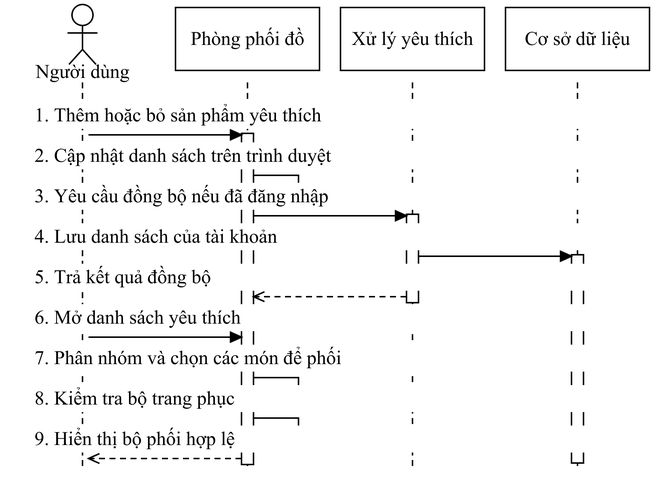
Earlier version of the draw.io export docs/do-an-LSOUL/So-do-LSOUL-rut-gon/anh-png/SEQ-06.png (Loccao102/BanHang). Source tidied: cells renumbered, new cells last; positions are measured from the earlier drawing's top-left corner, leaving out a move shared by most shapes.
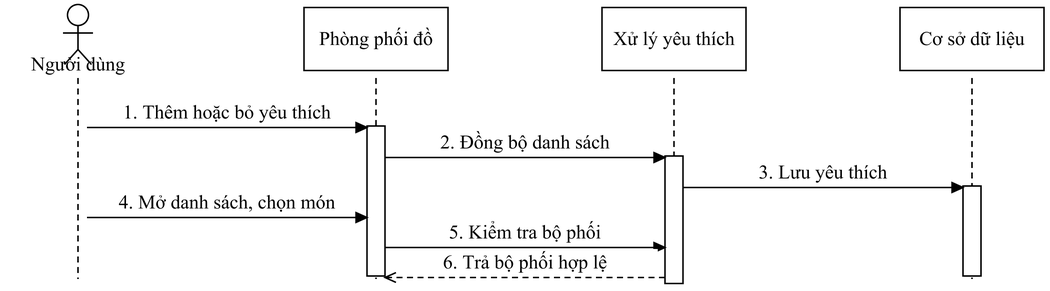
After the commit.

What changed in the source:
```diff
@@ -4,168 +4,129 @@
     <mxCell id="1" parent="0" />
     <mxCell id="2" style="fontFamily=Times New Roman;fontSize=13;fontColor=#000000;strokeColor=#000000;strokeWidth=1;fillColor=#FFFFFF;shadow=0;rounded=0;html=0;whiteSpace=wrap;spacing=5;endArrow=none;endFill=1;startArrow=none;dashed=1;dashPattern=4 3;" parent="1" edge="1">
       <mxGeometry relative="1" as="geometry">
-        <mxPoint x="48" y="52" as="sourcePoint" />
-        <mxPoint x="48" y="308" as="targetPoint" />
+        <mxPoint x="45" y="49" as="sourcePoint" />
+        <mxPoint x="45" y="183" as="targetPoint" />
       </mxGeometry>
     </mxCell>
     <mxCell id="3" style="fontFamily=Times New Roman;fontSize=13;fontColor=#000000;strokeColor=#000000;strokeWidth=1;fillColor=#FFFFFF;shadow=0;rounded=0;html=0;whiteSpace=wrap;spacing=5;endArrow=none;endFill=1;startArrow=none;dashed=1;dashPattern=4 3;" parent="1" edge="1">
       <mxGeometry relative="1" as="geometry">
-        <mxPoint x="158" y="52" as="sourcePoint" />
-        <mxPoint x="158" y="308" as="targetPoint" />
+        <mxPoint x="243.7" y="49" as="sourcePoint" />
+        <mxPoint x="243.7" y="183" as="targetPoint" />
       </mxGeometry>
     </mxCell>
     <mxCell id="4" style="fontFamily=Times New Roman;fontSize=13;fontColor=#000000;strokeColor=#000000;strokeWidth=1;fillColor=#FFFFFF;shadow=0;rounded=0;html=0;whiteSpace=wrap;spacing=5;endArrow=none;endFill=1;startArrow=none;dashed=1;dashPattern=4 3;" parent="1" edge="1">
       <mxGeometry relative="1" as="geometry">
-        <mxPoint x="268" y="52" as="sourcePoint" />
-        <mxPoint x="268" y="308" as="targetPoint" />
+        <mxPoint x="442.3" y="49" as="sourcePoint" />
+        <mxPoint x="442.3" y="183" as="targetPoint" />
       </mxGeometry>
     </mxCell>
     <mxCell id="5" style="fontFamily=Times New Roman;fontSize=13;fontColor=#000000;strokeColor=#000000;strokeWidth=1;fillColor=#FFFFFF;shadow=0;rounded=0;html=0;whiteSpace=wrap;spacing=5;endArrow=none;endFill=1;startArrow=none;dashed=1;dashPattern=4 3;" parent="1" edge="1">
       <mxGeometry relative="1" as="geometry">
-        <mxPoint x="378" y="52" as="sourcePoint" />
-        <mxPoint x="378" y="308" as="targetPoint" />
+        <mxPoint x="641" y="49" as="sourcePoint" />
+        <mxPoint x="641" y="183" as="targetPoint" />
       </mxGeometry>
     </mxCell>
     <mxCell id="6" style="fontFamily=Times New Roman;fontSize=13;fontColor=#000000;strokeColor=#000000;strokeWidth=1;fillColor=#FFFFFF;shadow=0;rounded=0;html=0;whiteSpace=wrap;spacing=5;align=center;verticalAlign=middle;" parent="1" vertex="1">
-      <mxGeometry x="264" y="140" width="8" height="59" as="geometry" />
+      <mxGeometry x="436.3" y="101" width="12" height="85" as="geometry" />
     </mxCell>
     <mxCell id="7" style="fontFamily=Times New Roman;fontSize=13;fontColor=#000000;strokeColor=#000000;strokeWidth=1;fillColor=#FFFFFF;shadow=0;rounded=0;html=0;whiteSpace=wrap;spacing=5;align=center;verticalAlign=middle;" parent="1" vertex="1">
-      <mxGeometry x="154" y="86" width="8" height="221" as="geometry" />
+      <mxGeometry x="237.7" y="81" width="12" height="100" as="geometry" />
     </mxCell>
     <mxCell id="8" style="fontFamily=Times New Roman;fontSize=13;fontColor=#000000;strokeColor=#000000;strokeWidth=1;fillColor=#FFFFFF;shadow=0;rounded=0;html=0;whiteSpace=wrap;spacing=5;align=center;verticalAlign=middle;" parent="1" vertex="1">
-      <mxGeometry x="374" y="167" width="8" height="139" as="geometry" />
+      <mxGeometry x="635" y="121" width="12" height="60" as="geometry" />
     </mxCell>
-    <mxCell id="9" value="1. Thêm hoặc bỏ sản phẩm yêu thích" style="fontFamily=Times New Roman;fontSize=13;fontColor=#000000;strokeColor=#000000;strokeWidth=1;fillColor=#FFFFFF;shadow=0;rounded=0;html=0;whiteSpace=wrap;spacing=5;text;strokeColor=none;fillColor=none;align=left;verticalAlign=middle;fillColor=#FFFFFF;" parent="1" vertex="1">
-      <mxGeometry x="11" y="65" width="404" height="18" as="geometry" />
+    <mxCell id="9" value="1. Thêm hoặc bỏ yêu thích" style="fontFamily=Times New Roman;fontSize=13;fontColor=#000000;strokeColor=#000000;strokeWidth=1;fillColor=#FFFFFF;shadow=0;rounded=0;html=0;whiteSpace=wrap;spacing=5;text;strokeColor=none;fillColor=none;align=center;verticalAlign=middle;fillColor=#FFFFFF;" parent="1" vertex="1">
+      <mxGeometry x="56" y="63" width="176.7" height="18" as="geometry" />
     </mxCell>
     <mxCell id="10" style="fontFamily=Times New Roman;fontSize=13;fontColor=#000000;strokeColor=#000000;strokeWidth=1;fillColor=#FFFFFF;shadow=0;rounded=0;html=0;whiteSpace=wrap;spacing=5;endArrow=block;endFill=1;startArrow=none;" parent="1" edge="1">
       <mxGeometry relative="1" as="geometry">
-        <mxPoint x="52" y="87" as="sourcePoint" />
-        <mxPoint x="154" y="87" as="targetPoint" />
+        <mxPoint x="51" y="82" as="sourcePoint" />
+        <mxPoint x="237.7" y="82" as="targetPoint" />
       </mxGeometry>
     </mxCell>
-    <mxCell id="11" value="2. Cập nhật danh sách trên trình duyệt" style="fontFamily=Times New Roman;fontSize=13;fontColor=#000000;strokeColor=#000000;strokeWidth=1;fillColor=#FFFFFF;shadow=0;rounded=0;html=0;whiteSpace=wrap;spacing=5;text;strokeColor=none;fillColor=none;align=left;verticalAlign=middle;fillColor=#FFFFFF;" parent="1" vertex="1">
-      <mxGeometry x="11" y="92" width="404" height="18" as="geometry" />
+    <mxCell id="11" value="2. Đồng bộ danh sách" style="fontFamily=Times New Roman;fontSize=13;fontColor=#000000;strokeColor=#000000;strokeWidth=1;fillColor=#FFFFFF;shadow=0;rounded=0;html=0;whiteSpace=wrap;spacing=5;text;strokeColor=none;fillColor=none;align=center;verticalAlign=middle;fillColor=#FFFFFF;" parent="1" vertex="1">
+      <mxGeometry x="254.7" y="83" width="176.7" height="18" as="geometry" />
     </mxCell>
     <mxCell id="12" style="fontFamily=Times New Roman;fontSize=13;fontColor=#000000;strokeColor=#000000;strokeWidth=1;fillColor=#FFFFFF;shadow=0;rounded=0;html=0;whiteSpace=wrap;spacing=5;endArrow=block;endFill=1;startArrow=none;" parent="1" edge="1">
       <mxGeometry relative="1" as="geometry">
-        <mxPoint x="162" y="114" as="sourcePoint" />
-        <mxPoint x="163" y="126" as="targetPoint" />
-        <Array as="points">
-          <mxPoint x="192" y="114" />
-          <mxPoint x="192" y="126" />
-        </Array>
+        <mxPoint x="249.7" y="102" as="sourcePoint" />
+        <mxPoint x="436.3" y="102" as="targetPoint" />
       </mxGeometry>
     </mxCell>
-    <mxCell id="13" value="3. Yêu cầu đồng bộ nếu đã đăng nhập" style="fontFamily=Times New Roman;fontSize=13;fontColor=#000000;strokeColor=#000000;strokeWidth=1;fillColor=#FFFFFF;shadow=0;rounded=0;html=0;whiteSpace=wrap;spacing=5;text;strokeColor=none;fillColor=none;align=left;verticalAlign=middle;fillColor=#FFFFFF;" parent="1" vertex="1">
-      <mxGeometry x="11" y="119" width="404" height="18" as="geometry" />
+    <mxCell id="13" value="3. Lưu yêu thích" style="fontFamily=Times New Roman;fontSize=13;fontColor=#000000;strokeColor=#000000;strokeWidth=1;fillColor=#FFFFFF;shadow=0;rounded=0;html=0;whiteSpace=wrap;spacing=5;text;strokeColor=none;fillColor=none;align=center;verticalAlign=middle;fillColor=#FFFFFF;" parent="1" vertex="1">
+      <mxGeometry x="453.3" y="103" width="176.7" height="18" as="geometry" />
     </mxCell>
     <mxCell id="14" style="fontFamily=Times New Roman;fontSize=13;fontColor=#000000;strokeColor=#000000;strokeWidth=1;fillColor=#FFFFFF;shadow=0;rounded=0;html=0;whiteSpace=wrap;spacing=5;endArrow=block;endFill=1;startArrow=none;" parent="1" edge="1">
       <mxGeometry relative="1" as="geometry">
-        <mxPoint x="162" y="141" as="sourcePoint" />
-        <mxPoint x="264" y="141" as="targetPoint" />
+        <mxPoint x="448.3" y="122" as="sourcePoint" />
+        <mxPoint x="635" y="122" as="targetPoint" />
       </mxGeometry>
     </mxCell>
-    <mxCell id="15" value="4. Lưu danh sách của tài khoản" style="fontFamily=Times New Roman;fontSize=13;fontColor=#000000;strokeColor=#000000;strokeWidth=1;fillColor=#FFFFFF;shadow=0;rounded=0;html=0;whiteSpace=wrap;spacing=5;text;strokeColor=none;fillColor=none;align=left;verticalAlign=middle;fillColor=#FFFFFF;" parent="1" vertex="1">
-      <mxGeometry x="11" y="146" width="404" height="18" as="geometry" />
+    <mxCell id="15" value="4. Mở danh sách, chọn món" style="fontFamily=Times New Roman;fontSize=13;fontColor=#000000;strokeColor=#000000;strokeWidth=1;fillColor=#FFFFFF;shadow=0;rounded=0;html=0;whiteSpace=wrap;spacing=5;text;strokeColor=none;fillColor=none;align=center;verticalAlign=middle;fillColor=#FFFFFF;" parent="1" vertex="1">
+      <mxGeometry x="56" y="123" width="176.7" height="18" as="geometry" />
     </mxCell>
     <mxCell id="16" style="fontFamily=Times New Roman;fontSize=13;fontColor=#000000;strokeColor=#000000;strokeWidth=1;fillColor=#FFFFFF;shadow=0;rounded=0;html=0;whiteSpace=wrap;spacing=5;endArrow=block;endFill=1;startArrow=none;" parent="1" edge="1">
       <mxGeometry relative="1" as="geometry">
-        <mxPoint x="272" y="168" as="sourcePoint" />
-        <mxPoint x="374" y="168" as="targetPoint" />
+        <mxPoint x="51" y="142" as="sourcePoint" />
+        <mxPoint x="237.7" y="142" as="targetPoint" />
       </mxGeometry>
     </mxCell>
-    <mxCell id="17" value="5. Trả kết quả đồng bộ" style="fontFamily=Times New Roman;fontSize=13;fontColor=#000000;strokeColor=#000000;strokeWidth=1;fillColor=#FFFFFF;shadow=0;rounded=0;html=0;whiteSpace=wrap;spacing=5;text;strokeColor=none;fillColor=none;align=left;verticalAlign=middle;fillColor=#FFFFFF;" parent="1" vertex="1">
-      <mxGeometry x="11" y="173" width="404" height="18" as="geometry" />
+    <mxCell id="17" value="5. Kiểm tra bộ phối" style="fontFamily=Times New Roman;fontSize=13;fontColor=#000000;strokeColor=#000000;strokeWidth=1;fillColor=#FFFFFF;shadow=0;rounded=0;html=0;whiteSpace=wrap;spacing=5;text;strokeColor=none;fillColor=none;align=center;verticalAlign=middle;fillColor=#FFFFFF;" parent="1" vertex="1">
+      <mxGeometry x="254.7" y="143" width="176.7" height="18" as="geometry" />
     </mxCell>
-    <mxCell id="18" style="fontFamily=Times New Roman;fontSize=13;fontColor=#000000;strokeColor=#000000;strokeWidth=1;fillColor=#FFFFFF;shadow=0;rounded=0;html=0;whiteSpace=wrap;spacing=5;endArrow=open;endFill=1;startArrow=none;dashed=1;dashPattern=4 3;" parent="1" edge="1">
+    <mxCell id="18" style="fontFamily=Times New Roman;fontSize=13;fontColor=#000000;strokeColor=#000000;strokeWidth=1;fillColor=#FFFFFF;shadow=0;rounded=0;html=0;whiteSpace=wrap;spacing=5;endArrow=block;endFill=1;startArrow=none;" parent="1" edge="1">
       <mxGeometry relative="1" as="geometry">
-        <mxPoint x="264" y="195" as="sourcePoint" />
-        <mxPoint x="162" y="195" as="targetPoint" />
+        <mxPoint x="249.7" y="162" as="sourcePoint" />
+        <mxPoint x="436.3" y="162" as="targetPoint" />
       </mxGeometry>
     </mxCell>
-    <mxCell id="19" value="6. Mở danh sách yêu thích" style="fontFamily=Times New Roman;fontSize=13;fontColor=#000000;strokeColor=#000000;strokeWidth=1;fillColor=#FFFFFF;shadow=0;rounded=0;html=0;whiteSpace=wrap;spacing=5;text;strokeColor=none;fillColor=none;align=left;verticalAlign=middle;fillColor=#FFFFFF;" parent="1" vertex="1">
-      <mxGeometry x="11" y="200" width="404" height="18" as="geometry" />
+    <mxCell id="19" value="6. Trả bộ phối hợp lệ" style="fontFamily=Times New Roman;fontSize=13;fontColor=#000000;strokeColor=#000000;strokeWidth=1;fillColor=#FFFFFF;shadow=0;rounded=0;html=0;whiteSpace=wrap;spacing=5;text;strokeColor=none;fillColor=none;align=center;verticalAlign=middle;fillColor=#FFFFFF;" parent="1" vertex="1">
+      <mxGeometry x="254.7" y="163" width="176.7" height="18" as="geometry" />
     </mxCell>
-    <mxCell id="20" style="fontFamily=Times New Roman;fontSize=13;fontColor=#000000;strokeColor=#000000;strokeWidth=1;fillColor=#FFFFFF;shadow=0;rounded=0;html=0;whiteSpace=wrap;spacing=5;endArrow=block;endFill=1;startArrow=none;" parent="1" edge="1">
+    <mxCell id="20" style="fontFamily=Times New Roman;fontSize=13;fontColor=#000000;strokeColor=#000000;strokeWidth=1;fillColor=#FFFFFF;shadow=0;rounded=0;html=0;whiteSpace=wrap;spacing=5;endArrow=open;endFill=1;startArrow=none;dashed=1;dashPattern=4 3;" parent="1" edge="1">
       <mxGeometry relative="1" as="geometry">
-        <mxPoint x="52" y="222" as="sourcePoint" />
-        <mxPoint x="154" y="222" as="targetPoint" />
+        <mxPoint x="436.3" y="182" as="sourcePoint" />
+        <mxPoint x="249.7" y="182" as="targetPoint" />
       </mxGeometry>
     </mxCell>
-    <mxCell id="21" value="7. Phân nhóm và chọn các món để phối" style="fontFamily=Times New Roman;fontSize=13;fontColor=#000000;strokeColor=#000000;strokeWidth=1;fillColor=#FFFFFF;shadow=0;rounded=0;html=0;whiteSpace=wrap;spacing=5;text;strokeColor=none;fillColor=none;align=left;verticalAlign=middle;fillColor=#FFFFFF;" parent="1" vertex="1">
-      <mxGeometry x="11" y="227" width="404" height="18" as="geometry" />
+    <mxCell id="21" style="fontFamily=Times New Roman;fontSize=13;fontColor=#000000;strokeColor=#000000;strokeWidth=1;fillColor=#FFFFFF;shadow=0;rounded=0;html=0;whiteSpace=wrap;spacing=5;ellipse;perimeter=ellipsePerimeter;align=center;verticalAlign=middle;" parent="1" vertex="1">
+      <mxGeometry x="38" width="14" height="14" as="geometry" />
     </mxCell>
-    <mxCell id="22" style="fontFamily=Times New Roman;fontSize=13;fontColor=#000000;strokeColor=#000000;strokeWidth=1;fillColor=#FFFFFF;shadow=0;rounded=0;html=0;whiteSpace=wrap;spacing=5;endArrow=block;endFill=1;startArrow=none;" parent="1" edge="1">
+    <mxCell id="22" style="fontFamily=Times New Roman;fontSize=13;fontColor=#000000;strokeColor=#000000;strokeWidth=1;fillColor=#FFFFFF;shadow=0;rounded=0;html=0;whiteSpace=wrap;spacing=5;endArrow=none;endFill=1;startArrow=none;" parent="1" edge="1">
       <mxGeometry relative="1" as="geometry">
-        <mxPoint x="162" y="249" as="sourcePoint" />
-        <mxPoint x="163" y="261" as="targetPoint" />
-        <Array as="points">
-          <mxPoint x="192" y="249" />
-          <mxPoint x="192" y="261" />
-        </Array>
+        <mxPoint x="45" y="14" as="sourcePoint" />
+        <mxPoint x="45" y="30" as="targetPoint" />
       </mxGeometry>
     </mxCell>
-    <mxCell id="23" value="8. Kiểm tra bộ trang phục" style="fontFamily=Times New Roman;fontSize=13;fontColor=#000000;strokeColor=#000000;strokeWidth=1;fillColor=#FFFFFF;shadow=0;rounded=0;html=0;whiteSpace=wrap;spacing=5;text;strokeColor=none;fillColor=none;align=left;verticalAlign=middle;fillColor=#FFFFFF;" parent="1" vertex="1">
-      <mxGeometry x="11" y="254" width="404" height="18" as="geometry" />
+    <mxCell id="23" style="fontFamily=Times New Roman;fontSize=13;fontColor=#000000;strokeColor=#000000;strokeWidth=1;fillColor=#FFFFFF;shadow=0;rounded=0;html=0;whiteSpace=wrap;spacing=5;endArrow=none;endFill=1;startArrow=none;" parent="1" edge="1">
+      <mxGeometry relative="1" as="geometry">
+        <mxPoint x="35" y="19" as="sourcePoint" />
+        <mxPoint x="55" y="19" as="targetPoint" />
+      </mxGeometry>
     </mxCell>
-    <mxCell id="24" style="fontFamily=Times New Roman;fontSize=13;fontColor=#000000;strokeColor=#000000;strokeWidth=1;fillColor=#FFFFFF;shadow=0;rounded=0;html=0;whiteSpace=wrap;spacing=5;endArrow=block;endFill=1;startArrow=none;" parent="1" edge="1">
+    <mxCell id="24" style="fontFamily=Times New Roman;fontSize=13;fontColor=#000000;strokeColor=#000000;strokeWidth=1;fillColor=#FFFFFF;shadow=0;rounded=0;html=0;whiteSpace=wrap;spacing=5;endArrow=none;endFill=1;startArrow=none;" parent="1" edge="1">
       <mxGeometry relative="1" as="geometry">
-        <mxPoint x="162" y="276" as="sourcePoint" />
-        <mxPoint x="163" y="288" as="targetPoint" />
-        <Array as="points">
-          <mxPoint x="192" y="276" />
-          <mxPoint x="192" y="288" />
-        </Array>
+        <mxPoint x="45" y="30" as="sourcePoint" />
+        <mxPoint x="36" y="40" as="targetPoint" />
       </mxGeometry>
     </mxCell>
-    <mxCell id="25" value="9. Hiển thị bộ phối hợp lệ" style="fontFamily=Times New Roman;fontSize=13;fontColor=#000000;strokeColor=#000000;strokeWidth=1;fillColor=#FFFFFF;shadow=0;rounded=0;html=0;whiteSpace=wrap;spacing=5;text;strokeColor=none;fillColor=none;align=left;verticalAlign=middle;fillColor=#FFFFFF;" parent="1" vertex="1">
-      <mxGeometry x="11" y="281" width="404" height="18" as="geometry" />
+    <mxCell id="25" style="fontFamily=Times New Roman;fontSize=13;fontColor=#000000;strokeColor=#000000;strokeWidth=1;fillColor=#FFFFFF;shadow=0;rounded=0;html=0;whiteSpace=wrap;spacing=5;endArrow=none;endFill=1;startArrow=none;" parent="1" edge="1">
+      <mxGeometry relative="1" as="geometry">
+        <mxPoint x="45" y="30" as="sourcePoint" />
+        <mxPoint x="54" y="40" as="targetPoint" />
+      </mxGeometry>
     </mxCell>
-    <mxCell id="26" style="fontFamily=Times New Roman;fontSize=13;fontColor=#000000;strokeColor=#000000;strokeWidth=1;fillColor=#FFFFFF;shadow=0;rounded=0;html=0;whiteSpace=wrap;spacing=5;endArrow=open;endFill=1;startArrow=none;dashed=1;dashPattern=4 3;" parent="1" edge="1">
-      <mxGeometry relative="1" as="geometry">
-        <mxPoint x="154" y="303" as="sourcePoint" />
-        <mxPoint x="52" y="303" as="targetPoint" />
-      </mxGeometry>
+    <mxCell id="26" value="Người dùng" style="fontFamily=Times New Roman;fontSize=13;fontColor=#000000;strokeColor=#000000;strokeWidth=1;fillColor=#FFFFFF;shadow=0;rounded=0;html=0;whiteSpace=wrap;spacing=5;text;strokeColor=none;fillColor=none;align=center;verticalAlign=middle;" parent="1" vertex="1">
+      <mxGeometry x="-3" y="32" width="96" height="16" as="geometry" />
     </mxCell>
-    <mxCell id="27" style="fontFamily=Times New Roman;fontSize=13;fontColor=#000000;strokeColor=#000000;strokeWidth=1;fillColor=#FFFFFF;shadow=0;rounded=0;html=0;whiteSpace=wrap;spacing=5;ellipse;perimeter=ellipsePerimeter;align=center;verticalAlign=middle;" parent="1" vertex="1">
-      <mxGeometry x="41" width="14" height="14" as="geometry" />
-    </mxCell>
-    <mxCell id="28" style="fontFamily=Times New Roman;fontSize=13;fontColor=#000000;strokeColor=#000000;strokeWidth=1;fillColor=#FFFFFF;shadow=0;rounded=0;html=0;whiteSpace=wrap;spacing=5;endArrow=none;endFill=1;startArrow=none;" parent="1" edge="1">
-      <mxGeometry relative="1" as="geometry">
-        <mxPoint x="48" y="14" as="sourcePoint" />
-        <mxPoint x="48" y="30" as="targetPoint" />
-      </mxGeometry>
-    </mxCell>
-    <mxCell id="29" style="fontFamily=Times New Roman;fontSize=13;fontColor=#000000;strokeColor=#000000;strokeWidth=1;fillColor=#FFFFFF;shadow=0;rounded=0;html=0;whiteSpace=wrap;spacing=5;endArrow=none;endFill=1;startArrow=none;" parent="1" edge="1">
-      <mxGeometry relative="1" as="geometry">
-        <mxPoint x="38" y="19" as="sourcePoint" />
-        <mxPoint x="58" y="19" as="targetPoint" />
-      </mxGeometry>
-    </mxCell>
-    <mxCell id="30" style="fontFamily=Times New Roman;fontSize=13;fontColor=#000000;strokeColor=#000000;strokeWidth=1;fillColor=#FFFFFF;shadow=0;rounded=0;html=0;whiteSpace=wrap;spacing=5;endArrow=none;endFill=1;startArrow=none;" parent="1" edge="1">
-      <mxGeometry relative="1" as="geometry">
-        <mxPoint x="48" y="30" as="sourcePoint" />
-        <mxPoint x="39" y="40" as="targetPoint" />
-      </mxGeometry>
-    </mxCell>
-    <mxCell id="31" style="fontFamily=Times New Roman;fontSize=13;fontColor=#000000;strokeColor=#000000;strokeWidth=1;fillColor=#FFFFFF;shadow=0;rounded=0;html=0;whiteSpace=wrap;spacing=5;endArrow=none;endFill=1;startArrow=none;" parent="1" edge="1">
-      <mxGeometry relative="1" as="geometry">
-        <mxPoint x="48" y="30" as="sourcePoint" />
-        <mxPoint x="57" y="40" as="targetPoint" />
-      </mxGeometry>
-    </mxCell>
-    <mxCell id="32" value="Người dùng" style="fontFamily=Times New Roman;fontSize=13;fontColor=#000000;strokeColor=#000000;strokeWidth=1;fillColor=#FFFFFF;shadow=0;rounded=0;html=0;whiteSpace=wrap;spacing=5;text;strokeColor=none;fillColor=none;align=center;verticalAlign=middle;" parent="1" vertex="1">
-      <mxGeometry y="37" width="96" height="16" as="geometry" />
-    </mxCell>
     <mxCell id="33" value="Phòng phối đồ" style="fontFamily=Times New Roman;fontSize=13;fontColor=#000000;strokeColor=#000000;strokeWidth=1;fillColor=#FFFFFF;shadow=0;rounded=0;html=0;whiteSpace=wrap;spacing=5;align=center;verticalAlign=middle;" parent="1" vertex="1">
-      <mxGeometry x="110" y="2" width="96" height="42" as="geometry" />
+      <mxGeometry x="195.7" y="2" width="96" height="42" as="geometry" />
     </mxCell>
     <mxCell id="34" value="Xử lý yêu thích" style="fontFamily=Times New Roman;fontSize=13;fontColor=#000000;strokeColor=#000000;strokeWidth=1;fillColor=#FFFFFF;shadow=0;rounded=0;html=0;whiteSpace=wrap;spacing=5;align=center;verticalAlign=middle;" parent="1" vertex="1">
-      <mxGeometry x="220" y="2" width="96" height="42" as="geometry" />
+      <mxGeometry x="394.3" y="2" width="96" height="42" as="geometry" />
     </mxCell>
     <mxCell id="35" value="Cơ sở dữ liệu" style="fontFamily=Times New Roman;fontSize=13;fontColor=#000000;strokeColor=#000000;strokeWidth=1;fillColor=#FFFFFF;shadow=0;rounded=0;html=0;whiteSpace=wrap;spacing=5;align=center;verticalAlign=middle;" parent="1" vertex="1">
-      <mxGeometry x="330" y="2" width="96" height="42" as="geometry" />
+      <mxGeometry x="593" y="2" width="96" height="42" as="geometry" />
     </mxCell>
   </root>
 </mxGraphModel>
```
